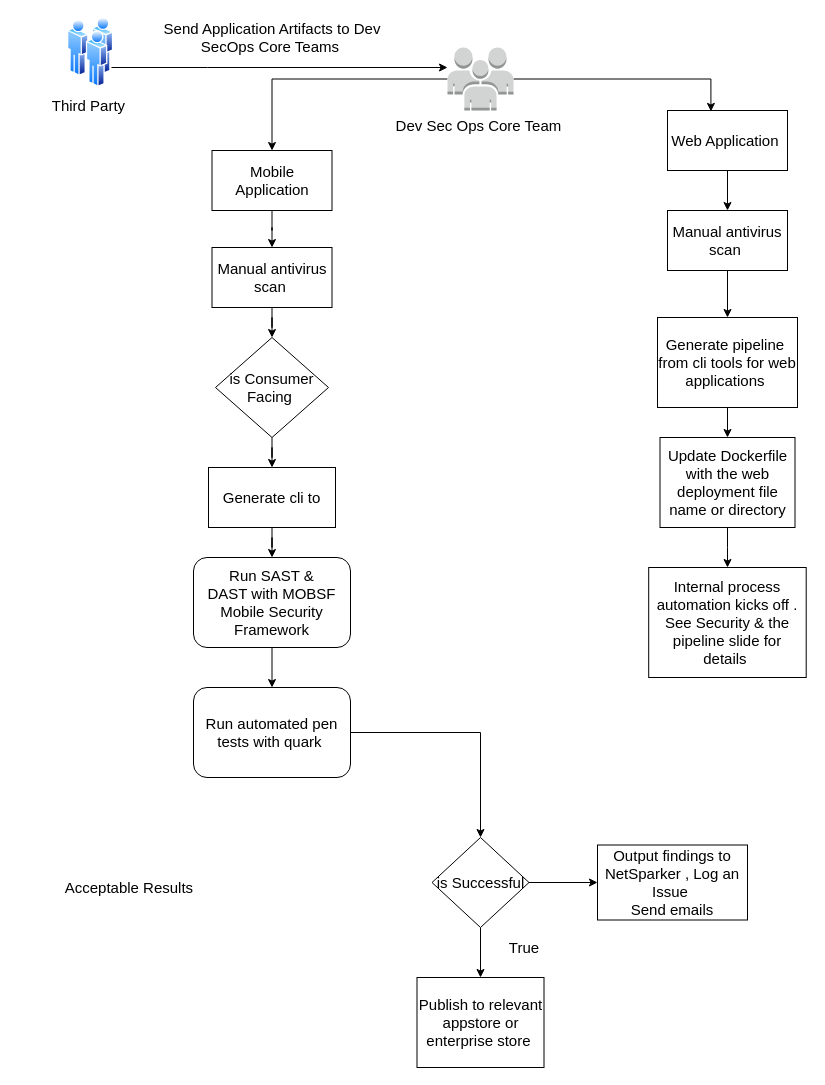
Above: page "External process" (3 of 3) of icurity.drawio in tyger-rareatom/consulting-architectures (draw.io), before the change. Source tidied: cells renumbered, new cells numbered last; positions are measured from the earlier drawing's top-left corner, leaving out a move shared by most shapes. Both pictures are drawn from the tidied source at 100%, with x=0, y=0 at pixel (53, 17).
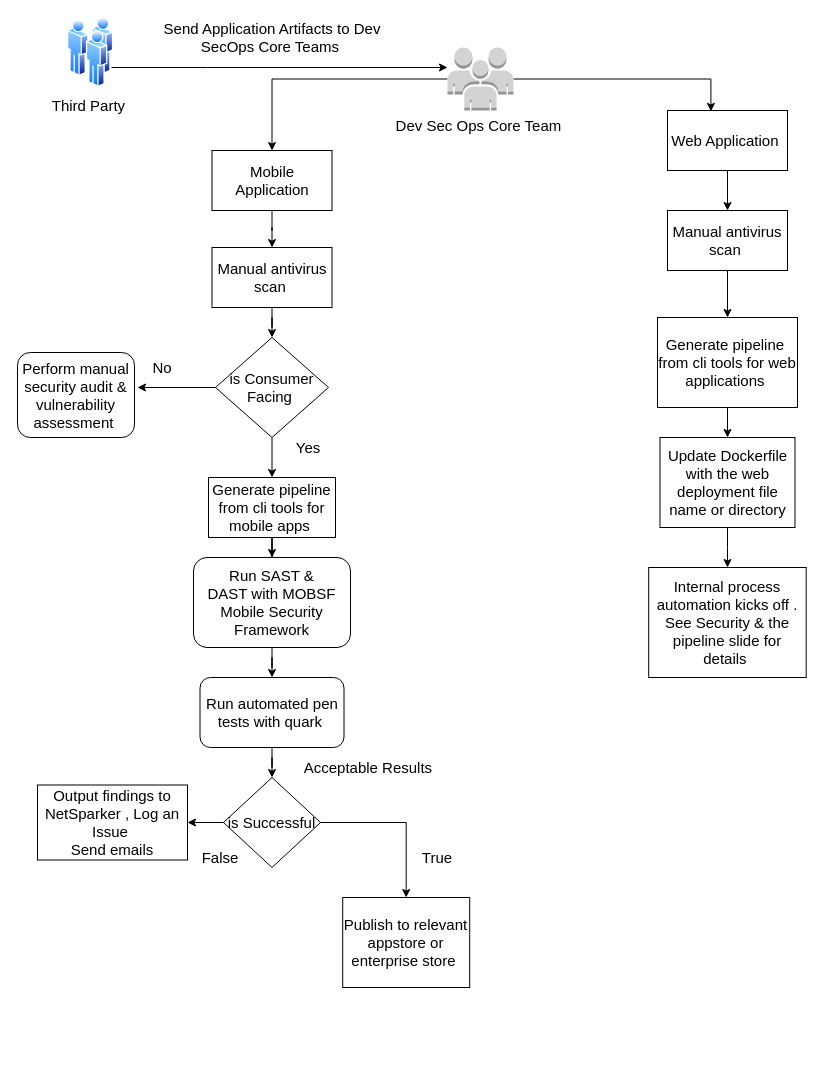
The same page after the edit.

Commit message:
Updated the security highlights

Unchanged cells that the change refers to:
```xml
<mxCell id="25" value="is Consumer Facing&amp;nbsp;" style="rhombus;whiteSpace=wrap;html=1;fontSize=15;" parent="1" vertex="1">
  <mxGeometry x="162" y="320" width="113" height="100" as="geometry" />
</mxCell>
```

The edit, as a diff of the source:
```diff
@@
     <mxCell id="22" value="Acceptable Results&amp;nbsp;" style="text;html=1;strokeColor=none;fillColor=none;align=center;verticalAlign=middle;whiteSpace=wrap;rounded=0;fontSize=15;" parent="1" vertex="1">
-      <mxGeometry x="-0.5" y="860" width="155.5" height="20" as="geometry" />
+      <mxGeometry x="238.5" y="740" width="155.5" height="20" as="geometry" />
     </mxCell>
@@
+    <mxCell id="44" style="edgeStyle=orthogonalEdgeStyle;rounded=0;jettySize=auto;html=1;fontSize=15;" parent="1" edge="1" source="25">
+      <mxGeometry relative="1" as="geometry">
+        <mxPoint x="84" y="370" as="targetPoint" />
+      </mxGeometry>
+    </mxCell>
@@
-    <mxCell id="27" value="Generate cli to" style="rounded=0;whiteSpace=wrap;html=1;fontSize=15;" parent="1" vertex="1">
-      <mxGeometry x="155" y="450" width="127" height="60" as="geometry" />
+    <mxCell id="27" value="Generate pipeline from cli tools for mobile apps&amp;nbsp;" style="rounded=0;whiteSpace=wrap;html=1;fontSize=15;" parent="1" vertex="1">
+      <mxGeometry x="155" y="460" width="127" height="60" as="geometry" />
     </mxCell>
@@
     <mxCell id="31" value="Run automated pen tests with quark&amp;nbsp;" style="rounded=1;whiteSpace=wrap;html=1;fontSize=15;" parent="1" vertex="1">
-      <mxGeometry x="140" y="670" width="157" height="90" as="geometry" />
+      <mxGeometry x="146.5" y="660" width="144" height="70" as="geometry" />
     </mxCell>
@@
     <mxCell id="34" value="is Successful" style="rhombus;whiteSpace=wrap;html=1;fontSize=15;" parent="1" vertex="1">
-      <mxGeometry x="378.5" y="820" width="97" height="90" as="geometry" />
+      <mxGeometry x="170" y="760" width="97" height="90" as="geometry" />
     </mxCell>
     <mxCell id="35" value="Publish to relevant appstore or enterprise store&amp;nbsp;" style="rounded=0;whiteSpace=wrap;html=1;fontSize=15;" parent="1" vertex="1">
-      <mxGeometry x="363.5" y="960" width="127" height="90" as="geometry" />
+      <mxGeometry x="289.2" y="880" width="127" height="90" as="geometry" />
     </mxCell>
     <mxCell id="36" value="True" style="text;html=1;strokeColor=none;fillColor=none;align=center;verticalAlign=middle;whiteSpace=wrap;rounded=0;fontSize=15;" parent="1" vertex="1">
-      <mxGeometry x="451" y="920" width="40" height="20" as="geometry" />
+      <mxGeometry x="364" y="830" width="40" height="20" as="geometry" />
     </mxCell>
     <mxCell id="37" value="Output findings to NetSparker , Log an Issue&amp;nbsp;&lt;br&gt;Send emails" style="rounded=0;whiteSpace=wrap;html=1;fontSize=15;" parent="1" vertex="1">
-      <mxGeometry x="544" y="827.5" width="150" height="75" as="geometry" />
+      <mxGeometry x="-16" y="767.5" width="150" height="75" as="geometry" />
     </mxCell>
@@
+    <mxCell id="45" value="Yes" style="text;html=1;strokeColor=none;fillColor=none;align=center;verticalAlign=middle;whiteSpace=wrap;rounded=0;fontSize=15;" parent="1" vertex="1">
+      <mxGeometry x="235" y="420" width="40" height="20" as="geometry" />
+    </mxCell>
+    <mxCell id="46" value="Perform manual security audit &amp;amp; vulnerability assessment&amp;nbsp;" style="rounded=1;whiteSpace=wrap;html=1;fontSize=15;" parent="1" vertex="1">
+      <mxGeometry x="-36" y="335" width="117" height="85" as="geometry" />
+    </mxCell>
+    <mxCell id="47" value="No" style="text;html=1;strokeColor=none;fillColor=none;align=center;verticalAlign=middle;whiteSpace=wrap;rounded=0;fontSize=15;" parent="1" vertex="1">
+      <mxGeometry x="88.5" y="340" width="40" height="20" as="geometry" />
+    </mxCell>
+    <mxCell id="48" value="False" style="text;html=1;strokeColor=none;fillColor=none;align=center;verticalAlign=middle;whiteSpace=wrap;rounded=0;fontSize=15;" parent="1" vertex="1">
+      <mxGeometry x="146.5" y="830" width="40" height="20" as="geometry" />
+    </mxCell>
```
